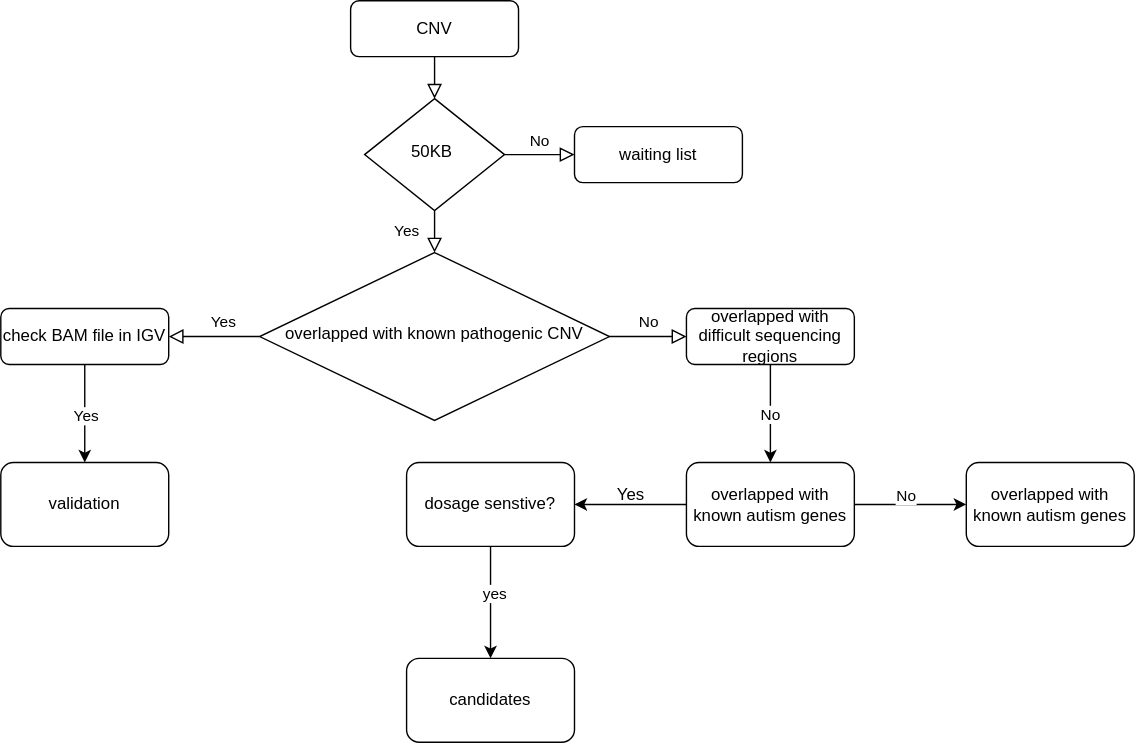
Before: Untitled Diagram.drawio.svg, a diagram exported from draw.io (ShirleyLiu-BCH/workflow). Source tidied: cells renumbered, new cells last; positions are measured from the earlier drawing's top-left corner, leaving out a move shared by most shapes.
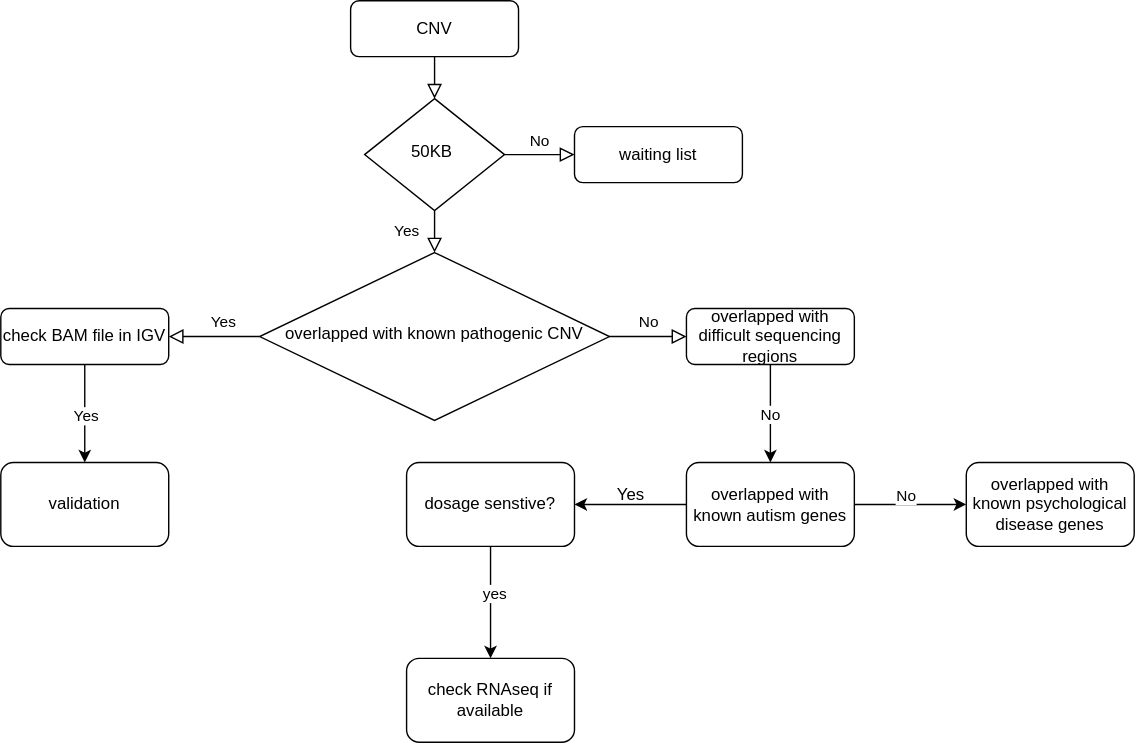
After the commit.

Change to the diagram source:
```diff
@@ -65,7 +65,7 @@
     <mxCell id="22" value="overlapped with known autism genes" style="whiteSpace=wrap;html=1;rounded=1;glass=0;strokeWidth=1;shadow=0;" parent="1" vertex="1">
       <mxGeometry x="490" y="330" width="120" height="60" as="geometry" />
     </mxCell>
-    <mxCell id="23" value="overlapped with known autism genes" style="whiteSpace=wrap;html=1;rounded=1;glass=0;strokeWidth=1;shadow=0;" parent="1" vertex="1">
+    <mxCell id="23" value="overlapped with known psychological disease genes" style="whiteSpace=wrap;html=1;rounded=1;glass=0;strokeWidth=1;shadow=0;" parent="1" vertex="1">
       <mxGeometry x="690" y="330" width="120" height="60" as="geometry" />
     </mxCell>
     <mxCell id="24" style="edgeStyle=orthogonalEdgeStyle;rounded=0;jettySize=auto;html=1;" parent="1" edge="1" source="26" target="28">
@@ -80,7 +80,7 @@
     <mxCell id="27" value="Yes" style="text;html=1;align=center;verticalAlign=middle;strokeColor=none;fillColor=none;" parent="1" vertex="1">
       <mxGeometry x="430" y="338" width="40" height="30" as="geometry" />
     </mxCell>
-    <mxCell id="28" value="candidates" style="whiteSpace=wrap;html=1;rounded=1;glass=0;strokeWidth=1;shadow=0;" parent="1" vertex="1">
+    <mxCell id="28" value="check RNAseq if available" style="whiteSpace=wrap;html=1;rounded=1;glass=0;strokeWidth=1;shadow=0;" parent="1" vertex="1">
       <mxGeometry x="290" y="470" width="120" height="60" as="geometry" />
     </mxCell>
   </root>
```
